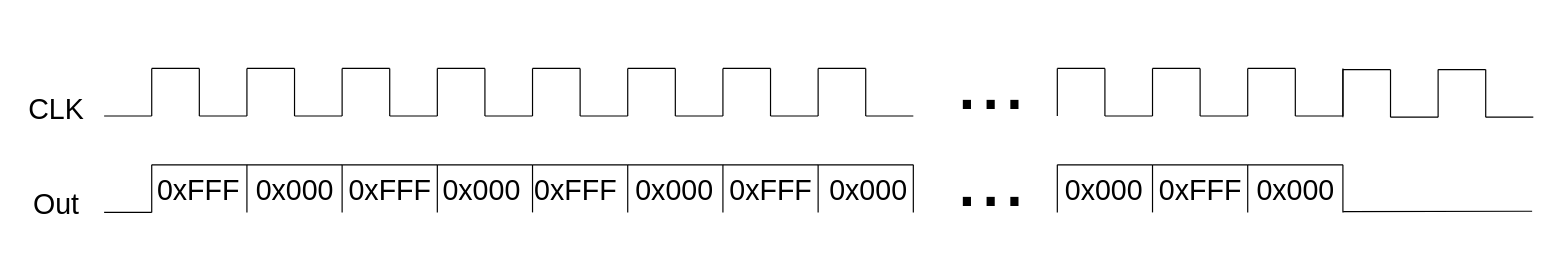
Above: Diagrams/CheckerBoard2x2white.drawio in sabarioded/Patterns_Project (draw.io), before the change. Source tidied: cells renumbered, new cells numbered last; positions are measured from the earlier drawing's top-left corner, leaving out a move shared by most shapes. Both pictures are drawn from the tidied source at 119%, with x=0, y=0 at pixel (20, 20).
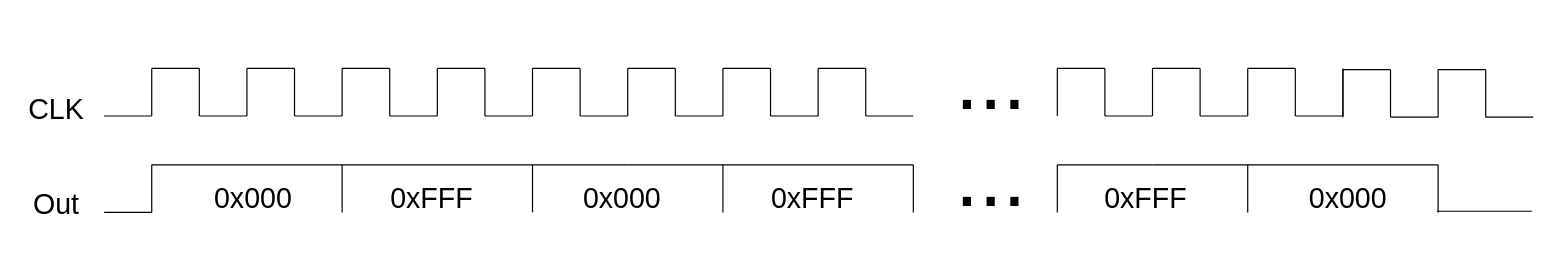
Above is the later version.

What changed in the source:
```diff
@@
-    <mxCell id="39" style="endArrow=none;html=1;rounded=0;" parent="1" edge="1">
-      <mxGeometry relative="1" as="geometry">
-        <mxPoint x="190" y="161" as="sourcePoint" />
-        <mxPoint x="190" y="121" as="targetPoint" />
-      </mxGeometry>
-    </mxCell>
@@
-    <mxCell id="43" style="endArrow=none;html=1;rounded=0;" parent="1" edge="1">
-      <mxGeometry relative="1" as="geometry">
-        <mxPoint x="350" y="161" as="sourcePoint" />
-        <mxPoint x="350" y="121" as="targetPoint" />
-      </mxGeometry>
-    </mxCell>
@@
-    <mxCell id="47" style="endArrow=none;html=1;rounded=0;" parent="1" edge="1">
-      <mxGeometry relative="1" as="geometry">
-        <mxPoint x="510" y="161" as="sourcePoint" />
-        <mxPoint x="510" y="121" as="targetPoint" />
-      </mxGeometry>
-    </mxCell>
@@
-    <mxCell id="51" style="endArrow=none;html=1;rounded=0;" parent="1" edge="1">
-      <mxGeometry relative="1" as="geometry">
-        <mxPoint x="670" y="161" as="sourcePoint" />
-        <mxPoint x="670" y="121" as="targetPoint" />
-      </mxGeometry>
-    </mxCell>
@@
-    <mxCell id="55" value="&lt;font style=&quot;font-size: 24px;&quot;&gt;0xFFF&lt;/font&gt;" style="text;html=1;align=center;verticalAlign=middle;strokeColor=none;fillColor=none;" parent="1" vertex="1">
-      <mxGeometry x="104" y="123" width="90" height="40" as="geometry" />
-    </mxCell>
     <mxCell id="56" value="&lt;font style=&quot;font-size: 24px;&quot;&gt;0x000&lt;/font&gt;" style="text;html=1;align=center;verticalAlign=middle;strokeColor=none;fillColor=none;" parent="1" vertex="1">
-      <mxGeometry x="185" y="123" width="90" height="40" as="geometry" />
+      <mxGeometry x="150" y="130" width="90" height="40" as="geometry" />
     </mxCell>
     <mxCell id="57" value="&lt;font style=&quot;font-size: 24px;&quot;&gt;0xFFF&lt;/font&gt;" style="text;html=1;align=center;verticalAlign=middle;strokeColor=none;fillColor=none;" parent="1" vertex="1">
-      <mxGeometry x="265" y="123" width="90" height="40" as="geometry" />
+      <mxGeometry x="300" y="130" width="90" height="40" as="geometry" />
     </mxCell>
-    <mxCell id="58" value="&lt;font style=&quot;font-size: 24px;&quot;&gt;0x000&lt;/font&gt;" style="text;html=1;align=center;verticalAlign=middle;strokeColor=none;fillColor=none;" parent="1" vertex="1">
-      <mxGeometry x="342" y="123" width="90" height="40" as="geometry" />
-    </mxCell>
-    <mxCell id="59" value="&lt;font style=&quot;font-size: 24px;&quot;&gt;0xFFF&lt;/font&gt;" style="text;html=1;align=center;verticalAlign=middle;strokeColor=none;fillColor=none;" parent="1" vertex="1">
-      <mxGeometry x="421" y="123" width="90" height="40" as="geometry" />
-    </mxCell>
     <mxCell id="60" value="&lt;font style=&quot;font-size: 24px;&quot;&gt;0x000&lt;/font&gt;" style="text;html=1;align=center;verticalAlign=middle;strokeColor=none;fillColor=none;" parent="1" vertex="1">
-      <mxGeometry x="504" y="123" width="90" height="40" as="geometry" />
+      <mxGeometry x="460" y="130" width="90" height="40" as="geometry" />
     </mxCell>
     <mxCell id="61" value="&lt;span style=&quot;font-size: 24px;&quot;&gt;0xFFF&lt;/span&gt;" style="text;html=1;align=center;verticalAlign=middle;strokeColor=none;fillColor=none;" parent="1" vertex="1">
-      <mxGeometry x="585" y="123" width="90" height="40" as="geometry" />
+      <mxGeometry x="620" y="130" width="90" height="40" as="geometry" />
     </mxCell>
-    <mxCell id="62" value="&lt;font style=&quot;font-size: 24px;&quot;&gt;0x000&lt;/font&gt;" style="text;html=1;align=center;verticalAlign=middle;strokeColor=none;fillColor=none;" parent="1" vertex="1">
-      <mxGeometry x="667" y="123" width="90" height="40" as="geometry" />
-    </mxCell>
@@
-    <mxCell id="80" style="endArrow=none;html=1;rounded=0;" parent="1" edge="1">
-      <mxGeometry relative="1" as="geometry">
-        <mxPoint x="951" y="161" as="sourcePoint" />
-        <mxPoint x="951" y="121" as="targetPoint" />
-      </mxGeometry>
-    </mxCell>
@@
-    <mxCell id="84" style="endArrow=none;html=1;rounded=0;" parent="1" edge="1">
-      <mxGeometry relative="1" as="geometry">
-        <mxPoint x="1111" y="161" as="sourcePoint" />
-        <mxPoint x="1111" y="121" as="targetPoint" />
-      </mxGeometry>
-    </mxCell>
-    <mxCell id="85" value="&lt;font style=&quot;font-size: 24px;&quot;&gt;0x000&lt;/font&gt;" style="text;html=1;align=center;verticalAlign=middle;strokeColor=none;fillColor=none;" parent="1" vertex="1">
-      <mxGeometry x="865" y="123" width="90" height="40" as="geometry" />
-    </mxCell>
     <mxCell id="86" value="&lt;font style=&quot;font-size: 24px;&quot;&gt;0xFFF&lt;/font&gt;" style="text;html=1;align=center;verticalAlign=middle;strokeColor=none;fillColor=none;" parent="1" vertex="1">
-      <mxGeometry x="946" y="123" width="90" height="40" as="geometry" />
+      <mxGeometry x="900" y="130" width="90" height="40" as="geometry" />
     </mxCell>
-    <mxCell id="87" value="&lt;font style=&quot;font-size: 24px;&quot;&gt;0x000&lt;/font&gt;" style="text;html=1;align=center;verticalAlign=middle;strokeColor=none;fillColor=none;" parent="1" vertex="1">
-      <mxGeometry x="1026" y="123" width="90" height="40" as="geometry" />
-    </mxCell>
@@
-    <mxCell id="96" style="endArrow=none;html=1;rounded=0;exitX=1.013;exitY=0.933;exitDx=0;exitDy=0;exitPerimeter=0;" parent="1" edge="1">
+    <mxCell id="96" style="endArrow=none;html=1;rounded=0;" parent="1" edge="1">
       <mxGeometry relative="1" as="geometry">
-        <mxPoint x="1111.2" y="160.3" as="sourcePoint" />
+        <mxPoint x="1190" y="160" as="sourcePoint" />
         <mxPoint x="1270" y="160" as="targetPoint" />
       </mxGeometry>
     </mxCell>
+    <mxCell id="97" style="endArrow=none;html=1;rounded=0;" parent="1" edge="1">
+      <mxGeometry relative="1" as="geometry">
+        <mxPoint x="1111" y="121" as="sourcePoint" />
+        <mxPoint x="1191" y="121" as="targetPoint" />
+      </mxGeometry>
+    </mxCell>
+    <mxCell id="98" style="endArrow=none;html=1;rounded=0;" parent="1" edge="1">
+      <mxGeometry relative="1" as="geometry">
+        <mxPoint x="1191" y="161" as="sourcePoint" />
+        <mxPoint x="1191" y="121" as="targetPoint" />
+      </mxGeometry>
+    </mxCell>
+    <mxCell id="99" value="&lt;font style=&quot;font-size: 24px;&quot;&gt;0x000&lt;/font&gt;" style="text;html=1;align=center;verticalAlign=middle;strokeColor=none;fillColor=none;" parent="1" vertex="1">
+      <mxGeometry x="1070" y="130" width="90" height="40" as="geometry" />
+    </mxCell>
```
